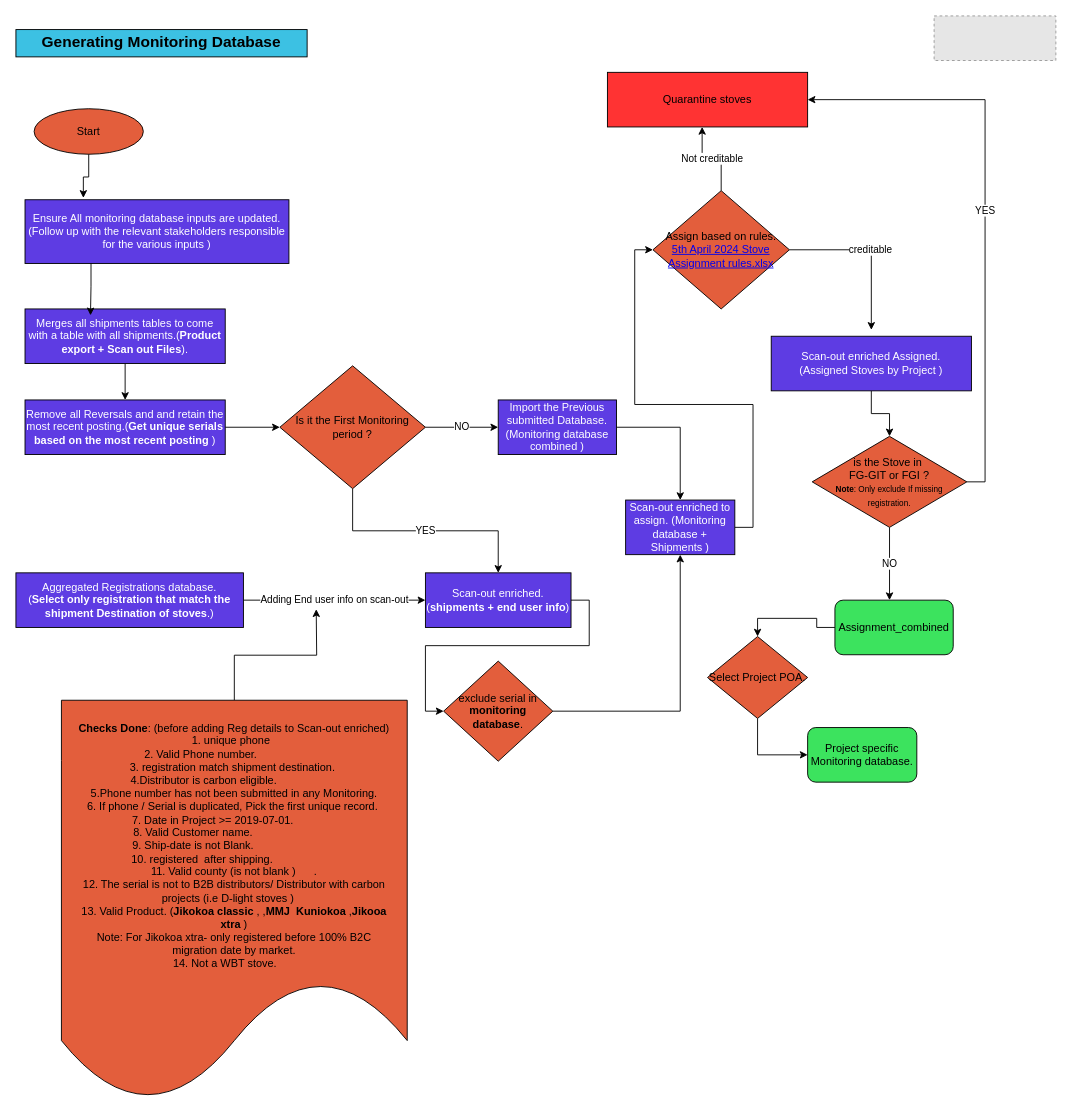
Before: Untitled Diagram.drawio in nyabutomomanyi/nyabuto, a draw.io diagram. Source tidied: cells renumbered, new cells numbered last; positions are measured from the earlier drawing's top-left corner, leaving out a move shared by most shapes. Both pictures are drawn from the tidied source at 91%, with x=0, y=0 at pixel (15, 15). Pictures stored in the file or linked from it are replaced by grey dashed boxes.
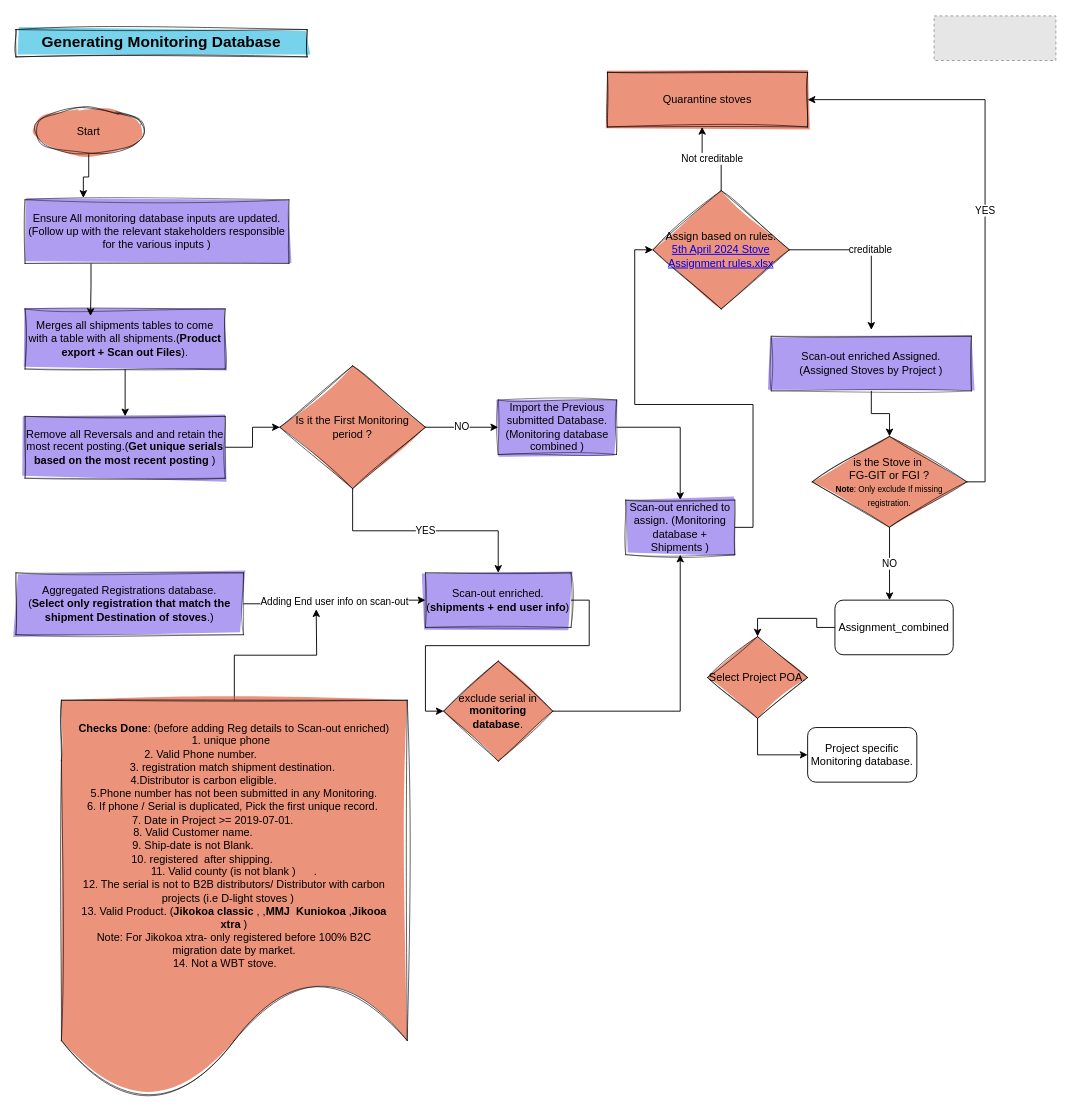
The same page after the edit.

The edit, as a diff of the source:
```diff
@@
-    <mxCell id="2" value="&lt;font style=&quot;font-size: 17px;&quot;&gt;&lt;b&gt;Generating Monitoring Database&lt;/b&gt;&lt;/font&gt;" style="rounded=0;whiteSpace=wrap;html=1;fillColor=#3cc1e3;" parent="1" vertex="1">
+    <mxCell id="2" value="&lt;font style=&quot;font-size: 17px;&quot;&gt;&lt;b&gt;Generating Monitoring Database&lt;/b&gt;&lt;/font&gt;" style="rounded=0;whiteSpace=wrap;html=1;fillColor=#3cc1e3;fillStyle=solid;opacity=70;sketch=1;curveFitting=1;jiggle=2;" parent="1" vertex="1">
       <mxGeometry y="15" width="320" height="30" as="geometry" />
     </mxCell>
-    <mxCell id="3" value="Start" style="ellipse;whiteSpace=wrap;html=1;fillColor=#e35e3c;" parent="1" vertex="1">
+    <mxCell id="3" value="Start" style="ellipse;whiteSpace=wrap;html=1;fillColor=#e35e3c;opacity=67;sketch=1;curveFitting=1;jiggle=2;fillStyle=solid;" parent="1" vertex="1">
       <mxGeometry x="20" y="102" width="120" height="50" as="geometry" />
     </mxCell>
-    <mxCell id="4" value="&lt;font color=&quot;#ffffff&quot;&gt;Ensure All monitoring database inputs are updated. (Follow up with the relevant stakeholders responsible for the various inputs )&lt;/font&gt;" style="rounded=0;whiteSpace=wrap;html=1;fillColor=#5e3ce3;" parent="1" vertex="1">
+    <mxCell id="4" value="&lt;font&gt;Ensure All monitoring database inputs are updated. (Follow up with the relevant stakeholders responsible for the various inputs )&lt;/font&gt;" style="rounded=0;whiteSpace=wrap;html=1;fillColor=#5e3ce3;gradientColor=none;fillStyle=solid;sketch=1;curveFitting=1;jiggle=2;opacity=50;fontColor=default;" parent="1" vertex="1">
       <mxGeometry x="10" y="202" width="290" height="70" as="geometry" />
     </mxCell>
@@
-    <mxCell id="6" value="&lt;font color=&quot;#ffffff&quot;&gt;Merges all shipments tables to come with a table with all shipments.(&lt;b&gt;Product export + Scan out Files&lt;/b&gt;).&lt;/font&gt;" style="rounded=0;whiteSpace=wrap;html=1;fillColor=#5e3ce3;" parent="1" vertex="1">
-      <mxGeometry x="10" y="322" width="220" height="60" as="geometry" />
+    <mxCell id="6" value="&lt;font&gt;Merges all shipments tables to come with a table with all shipments.(&lt;b&gt;Product export + Scan out Files&lt;/b&gt;).&lt;/font&gt;" style="rounded=0;whiteSpace=wrap;html=1;fillColor=#5e3ce3;fillStyle=solid;sketch=1;curveFitting=1;jiggle=2;strokeColor=default;opacity=50;fontColor=default;" parent="1" vertex="1">
+      <mxGeometry x="10" y="322" width="220" height="66" as="geometry" />
     </mxCell>
@@
-    <mxCell id="8" value="&lt;font color=&quot;#ffffff&quot;&gt;Remove all Reversals and and retain the most recent posting.(&lt;b&gt;Get unique serials based on the most recent posting &lt;/b&gt;)&lt;/font&gt;" style="rounded=0;whiteSpace=wrap;html=1;fillColor=#5e3ce3;" parent="1" vertex="1">
-      <mxGeometry x="10" y="422" width="220" height="60" as="geometry" />
+    <mxCell id="8" value="&lt;font&gt;Remove all Reversals and and retain the most recent posting.(&lt;b&gt;Get unique serials based on the most recent posting &lt;/b&gt;)&lt;/font&gt;" style="rounded=0;whiteSpace=wrap;html=1;fillColor=#5e3ce3;fillStyle=solid;sketch=1;curveFitting=1;jiggle=2;strokeColor=default;opacity=50;fontColor=default;" parent="1" vertex="1">
+      <mxGeometry x="10" y="440" width="220" height="68" as="geometry" />
     </mxCell>
@@
-    <mxCell id="10" value="&lt;font color=&quot;#ffffff&quot;&gt;Scan-out enriched Assigned.&lt;/font&gt;&lt;div&gt;&lt;font color=&quot;#ffffff&quot;&gt;(Assigned Stoves by Project )&lt;/font&gt;&lt;/div&gt;" style="rounded=0;whiteSpace=wrap;html=1;fillColor=#5e3ce3;" parent="1" vertex="1">
+    <mxCell id="10" value="&lt;font&gt;Scan-out enriched Assigned.&lt;/font&gt;&lt;div&gt;&lt;font&gt;(Assigned Stoves by Project )&lt;/font&gt;&lt;/div&gt;" style="rounded=0;whiteSpace=wrap;html=1;fillColor=#5e3ce3;fillStyle=solid;sketch=1;curveFitting=1;jiggle=2;strokeColor=default;opacity=50;fontColor=default;" parent="1" vertex="1">
       <mxGeometry x="830" y="352" width="220" height="60" as="geometry" />
     </mxCell>
@@
-    <mxCell id="13" value="&lt;font style=&quot;font-size: 12px;&quot;&gt;Is it the First Monitoring period ?&lt;/font&gt;" style="rhombus;whiteSpace=wrap;html=1;fillColor=#e35e3c;" parent="1" vertex="1">
+    <mxCell id="13" value="&lt;font style=&quot;font-size: 12px;&quot;&gt;Is it the First Monitoring period ?&lt;/font&gt;" style="rhombus;whiteSpace=wrap;html=1;fillColor=#e35e3c;fillStyle=solid;opacity=67;sketch=1;curveFitting=1;jiggle=2;" parent="1" vertex="1">
       <mxGeometry x="290" y="384.5" width="160" height="135" as="geometry" />
     </mxCell>
@@
-    <mxCell id="15" value="&lt;font color=&quot;#ffffff&quot;&gt;Import the Previous submitted Database.(Monitoring database combined )&lt;/font&gt;" style="rounded=0;whiteSpace=wrap;html=1;fillColor=#5e3ce3;" parent="1" vertex="1">
+    <mxCell id="15" value="&lt;font&gt;Import the Previous submitted Database.(Monitoring database combined )&lt;/font&gt;" style="rounded=0;whiteSpace=wrap;html=1;fillColor=#5e3ce3;fillStyle=solid;sketch=1;curveFitting=1;jiggle=2;strokeColor=default;opacity=50;fontColor=default;" parent="1" vertex="1">
       <mxGeometry x="530" y="422" width="130" height="60" as="geometry" />
     </mxCell>
@@
-    <mxCell id="17" value="&lt;font color=&quot;#ffffff&quot;&gt;Scan-out enriched.&lt;/font&gt;&lt;div&gt;&lt;font color=&quot;#ffffff&quot;&gt;(&lt;b&gt;shipments + end user info&lt;/b&gt;)&lt;/font&gt;&lt;/div&gt;" style="whiteSpace=wrap;html=1;fillColor=#5e3ce3;" parent="1" vertex="1">
+    <mxCell id="17" value="&lt;font&gt;Scan-out enriched.&lt;/font&gt;&lt;div&gt;&lt;font&gt;(&lt;b&gt;shipments + end user info&lt;/b&gt;)&lt;/font&gt;&lt;/div&gt;" style="whiteSpace=wrap;html=1;fillColor=#5e3ce3;fillStyle=solid;sketch=1;curveFitting=1;jiggle=2;strokeColor=default;opacity=50;fontColor=default;" parent="1" vertex="1">
       <mxGeometry x="450" y="612" width="160" height="60" as="geometry" />
     </mxCell>
@@
-    <mxCell id="19" value="&lt;font color=&quot;#ffffff&quot;&gt;Aggregated Registrations database.&lt;/font&gt;&lt;div&gt;&lt;font color=&quot;#ffffff&quot;&gt;(&lt;b&gt;Select only registration that match the shipment Destination of stoves&lt;/b&gt;.)&lt;/font&gt;&lt;/div&gt;" style="whiteSpace=wrap;html=1;rounded=0;fillColor=#5e3ce3;" parent="1" vertex="1">
-      <mxGeometry y="612" width="250" height="60" as="geometry" />
+    <mxCell id="19" value="&lt;font&gt;Aggregated Registrations database.&lt;/font&gt;&lt;div&gt;&lt;font&gt;(&lt;b&gt;Select only registration that match the shipment Destination of stoves&lt;/b&gt;.)&lt;/font&gt;&lt;/div&gt;" style="whiteSpace=wrap;html=1;rounded=0;fillColor=#5e3ce3;fillStyle=solid;sketch=1;curveFitting=1;jiggle=2;strokeColor=default;opacity=50;fontColor=default;" parent="1" vertex="1">
+      <mxGeometry y="612" width="250" height="68" as="geometry" />
     </mxCell>
@@
-    <mxCell id="21" value="&lt;font color=&quot;#ffffff&quot;&gt;Scan-out enriched to assign. (Monitoring database + Shipments )&lt;/font&gt;" style="rounded=0;whiteSpace=wrap;html=1;fillColor=#5e3ce3;" parent="1" vertex="1">
+    <mxCell id="21" value="&lt;font&gt;Scan-out enriched to assign. (Monitoring database + Shipments )&lt;/font&gt;" style="rounded=0;whiteSpace=wrap;html=1;fillColor=#5e3ce3;fillStyle=solid;sketch=1;curveFitting=1;jiggle=2;strokeColor=default;opacity=50;fontColor=default;" parent="1" vertex="1">
       <mxGeometry x="670" y="532" width="120" height="60" as="geometry" />
     </mxCell>
@@
-    <mxCell id="23" value="exclude serial in &lt;b&gt;monitoring database&lt;/b&gt;." style="rhombus;whiteSpace=wrap;html=1;fillColor=#e35e3c;" parent="1" vertex="1">
+    <mxCell id="23" value="exclude serial in &lt;b&gt;monitoring database&lt;/b&gt;." style="rhombus;whiteSpace=wrap;html=1;fillColor=#e35e3c;fillStyle=solid;opacity=67;sketch=1;curveFitting=1;jiggle=2;" parent="1" vertex="1">
       <mxGeometry x="470" y="709" width="120" height="110" as="geometry" />
     </mxCell>
-    <mxCell id="24" value="Assign based on rules.&lt;div&gt;&lt;a href=&quot;https://burn.sharepoint.com/:x:/g/carbon/EYzP8ruS4blEhwo4aCTWFX0BevnoLPAtRgBIyAIkTDZapA?e=rCU9wl&quot;&gt;5th April 2024 Stove Assignment rules.xlsx&lt;/a&gt;&lt;br&gt;&lt;/div&gt;" style="rhombus;whiteSpace=wrap;html=1;fillColor=#e35e3c;" parent="1" vertex="1">
+    <mxCell id="24" value="Assign based on rules.&lt;div&gt;&lt;a href=&quot;https://burn.sharepoint.com/:x:/g/carbon/EYzP8ruS4blEhwo4aCTWFX0BevnoLPAtRgBIyAIkTDZapA?e=rCU9wl&quot;&gt;5th April 2024 Stove Assignment rules.xlsx&lt;/a&gt;&lt;br&gt;&lt;/div&gt;" style="rhombus;whiteSpace=wrap;html=1;fillColor=#e35e3c;fillStyle=solid;opacity=67;sketch=1;curveFitting=1;jiggle=2;" parent="1" vertex="1">
       <mxGeometry x="700" y="192" width="150" height="130" as="geometry" />
     </mxCell>
@@
-    <mxCell id="26" value="Quarantine stoves" style="rounded=0;whiteSpace=wrap;html=1;fillColor=#FF3333;" parent="1" vertex="1">
+    <mxCell id="26" value="Quarantine stoves" style="rounded=0;whiteSpace=wrap;html=1;fillColor=#E35E3C;opacity=67;sketch=1;curveFitting=1;jiggle=2;fillStyle=solid;" parent="1" vertex="1">
       <mxGeometry x="650" y="62" width="220" height="60" as="geometry" />
     </mxCell>
@@
-    <mxCell id="30" value="is the Stove in&amp;nbsp;&lt;div&gt;FG-GIT or FGI ?&lt;/div&gt;&lt;div&gt;&lt;br&gt;&lt;/div&gt;&lt;div&gt;&lt;br&gt;&lt;/div&gt;" style="rhombus;whiteSpace=wrap;html=1;fillColor=#e35e3c;" parent="1" vertex="1">
+    <mxCell id="30" value="is the Stove in&amp;nbsp;&lt;div&gt;FG-GIT or FGI ?&lt;/div&gt;&lt;div&gt;&lt;br&gt;&lt;/div&gt;&lt;div&gt;&lt;br&gt;&lt;/div&gt;" style="rhombus;whiteSpace=wrap;html=1;fillColor=#e35e3c;fillStyle=solid;opacity=67;sketch=1;curveFitting=1;jiggle=2;" parent="1" vertex="1">
       <mxGeometry x="875" y="462" width="170" height="100" as="geometry" />
     </mxCell>
@@
-    <mxCell id="33" value="Assignment_combined" style="rounded=1;whiteSpace=wrap;html=1;fillColor=#3ce35e;" parent="1" vertex="1">
+    <mxCell id="33" value="Assignment_combined" style="rounded=1;whiteSpace=wrap;html=1;fillColor=#FFFFFF;" parent="1" vertex="1">
       <mxGeometry x="900" y="642" width="130" height="60" as="geometry" />
     </mxCell>
@@
-    <mxCell id="35" value="Select Project POA." style="rhombus;whiteSpace=wrap;html=1;fillColor=#e35e3c;" parent="1" vertex="1">
+    <mxCell id="35" value="Select Project POA." style="rhombus;whiteSpace=wrap;html=1;fillColor=#e35e3c;fillStyle=solid;opacity=67;sketch=1;curveFitting=1;jiggle=2;" parent="1" vertex="1">
       <mxGeometry x="760" y="682" width="110" height="90" as="geometry" />
     </mxCell>
-    <mxCell id="36" value="Project specific Monitoring database." style="rounded=1;whiteSpace=wrap;html=1;fillColor=#3ce35e;" parent="1" vertex="1">
+    <mxCell id="36" value="Project specific Monitoring database." style="rounded=1;whiteSpace=wrap;html=1;fillColor=#FFFFFF;" parent="1" vertex="1">
       <mxGeometry x="870" y="782" width="120" height="60" as="geometry" />
     </mxCell>
@@
-    <mxCell id="38" value="&lt;div&gt;&amp;nbsp; &amp;nbsp;&lt;/div&gt;" style="shape=document;whiteSpace=wrap;html=1;boundedLbl=1;fillColor=#e35e3c;" parent="1" vertex="1">
+    <mxCell id="38" value="&lt;div&gt;&amp;nbsp; &amp;nbsp;&lt;/div&gt;" style="shape=document;whiteSpace=wrap;html=1;boundedLbl=1;fillColor=#e35e3c;opacity=67;sketch=1;curveFitting=1;jiggle=2;fillStyle=solid;" parent="1" vertex="1">
       <mxGeometry x="50" y="752" width="380" height="440" as="geometry" />
     </mxCell>
```
